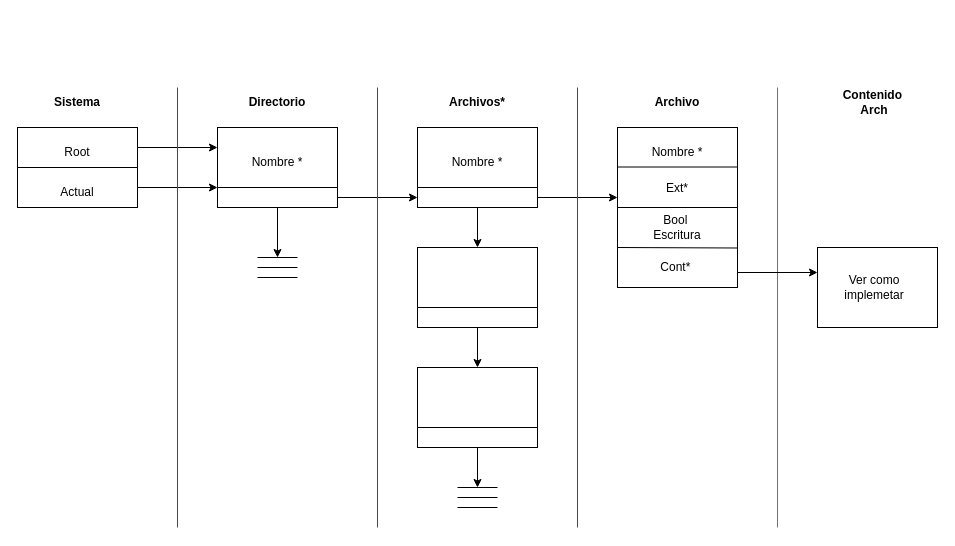
The draw.io diagram diagrama_file_system.drawio in Vallejose/obligatorio_eda, before the edit. Source tidied: cells renumbered, new cells numbered last; positions are measured from the earlier drawing's top-left corner, leaving out a move shared by most shapes. Both pictures are drawn from the tidied source at 100%, with x=0, y=0 at pixel (17, 87).
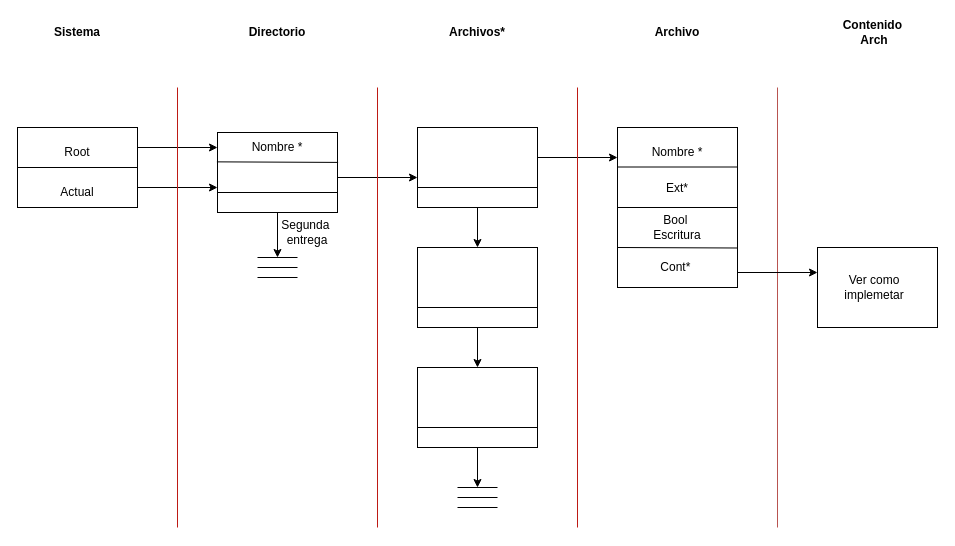
Above is the later version.

Commit message (it also covers changes not shown here):
Se modifica el esquema y se agrega archivos al git ignore para que no sean traqueados

Diff of the diagram source:
```diff
@@
     <mxCell id="6" style="edgeStyle=orthogonalEdgeStyle;rounded=0;orthogonalLoop=1;jettySize=auto;html=1;exitX=1;exitY=0.5;exitDx=0;exitDy=0;" parent="1" edge="1">
       <mxGeometry relative="1" as="geometry">
-        <mxPoint x="320" y="110" as="sourcePoint" />
-        <mxPoint x="400" y="110" as="targetPoint" />
+        <mxPoint x="320" y="90" as="sourcePoint" />
+        <mxPoint x="400" y="90" as="targetPoint" />
       </mxGeometry>
     </mxCell>
     <mxCell id="7" style="rounded=0;whiteSpace=wrap;html=1;" parent="1" vertex="1">
-      <mxGeometry x="200" y="40" width="120" height="80" as="geometry" />
+      <mxGeometry x="200" y="45" width="120" height="80" as="geometry" />
     </mxCell>
@@
     <mxCell id="25" style="edgeStyle=orthogonalEdgeStyle;rounded=0;orthogonalLoop=1;jettySize=auto;html=1;exitX=1;exitY=0.5;exitDx=0;exitDy=0;" parent="1" edge="1">
       <mxGeometry relative="1" as="geometry">
-        <mxPoint x="520" y="110" as="sourcePoint" />
-        <mxPoint x="600" y="110" as="targetPoint" />
+        <mxPoint x="520" y="70" as="sourcePoint" />
+        <mxPoint x="600" y="70" as="targetPoint" />
       </mxGeometry>
     </mxCell>
@@
     <mxCell id="30" value="Nombre *" style="text;html=1;strokeColor=none;fillColor=none;align=center;verticalAlign=middle;whiteSpace=wrap;rounded=0;" parent="1" vertex="1">
-      <mxGeometry x="230" y="60" width="60" height="30" as="geometry" />
+      <mxGeometry x="230" y="45" width="60" height="30" as="geometry" />
     </mxCell>
@@
-    <mxCell id="33" value="Nombre *" style="text;html=1;strokeColor=none;fillColor=none;align=center;verticalAlign=middle;whiteSpace=wrap;rounded=0;" parent="1" vertex="1">
-      <mxGeometry x="430" y="60" width="60" height="30" as="geometry" />
-    </mxCell>
@@
     <mxCell id="38" value="&lt;b&gt;Sistema&lt;/b&gt;" style="text;html=1;strokeColor=none;fillColor=none;align=center;verticalAlign=middle;whiteSpace=wrap;rounded=0;" parent="1" vertex="1">
-      <mxGeometry x="30" width="60" height="30" as="geometry" />
+      <mxGeometry x="30" y="-70" width="60" height="30" as="geometry" />
     </mxCell>
     <mxCell id="39" value="&lt;b&gt;Directorio&lt;/b&gt;" style="text;html=1;strokeColor=none;fillColor=none;align=center;verticalAlign=middle;whiteSpace=wrap;rounded=0;" parent="1" vertex="1">
-      <mxGeometry x="230" width="60" height="30" as="geometry" />
+      <mxGeometry x="230" y="-70" width="60" height="30" as="geometry" />
     </mxCell>
     <mxCell id="40" value="&lt;b&gt;Archivos*&lt;/b&gt;" style="text;html=1;strokeColor=none;fillColor=none;align=center;verticalAlign=middle;whiteSpace=wrap;rounded=0;" parent="1" vertex="1">
-      <mxGeometry x="430" width="60" height="30" as="geometry" />
+      <mxGeometry x="430" y="-70" width="60" height="30" as="geometry" />
     </mxCell>
     <mxCell id="41" value="&lt;b&gt;Archivo&lt;/b&gt;" style="text;html=1;strokeColor=none;fillColor=none;align=center;verticalAlign=middle;whiteSpace=wrap;rounded=0;" parent="1" vertex="1">
-      <mxGeometry x="630" width="60" height="30" as="geometry" />
+      <mxGeometry x="630" y="-70" width="60" height="30" as="geometry" />
     </mxCell>
@@
     <mxCell id="49" value="&lt;b&gt;Contenido&amp;nbsp;&lt;br&gt;Arch&lt;br&gt;&lt;/b&gt;" style="text;html=1;strokeColor=none;fillColor=none;align=center;verticalAlign=middle;whiteSpace=wrap;rounded=0;" parent="1" vertex="1">
-      <mxGeometry x="826.5" width="60" height="30" as="geometry" />
+      <mxGeometry x="826.5" y="-70" width="60" height="30" as="geometry" />
     </mxCell>
+    <mxCell id="50" style="endArrow=none;html=1;rounded=0;exitX=-0.005;exitY=0.367;exitDx=0;exitDy=0;entryX=1.005;entryY=0.374;entryDx=0;entryDy=0;entryPerimeter=0;exitPerimeter=0;" parent="1" edge="1" source="7" target="7">
+      <mxGeometry relative="1" as="geometry" />
+    </mxCell>
+    <mxCell id="51" value="Segunda&amp;nbsp;&lt;br&gt;entrega" style="text;html=1;strokeColor=none;fillColor=none;align=center;verticalAlign=middle;whiteSpace=wrap;rounded=0;" parent="1" vertex="1">
+      <mxGeometry x="260" y="130" width="60" height="30" as="geometry" />
+    </mxCell>
```
